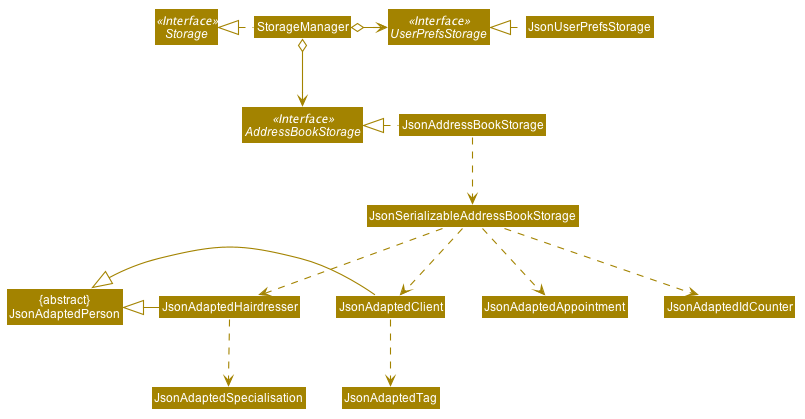
The PlantUML diagram docs/images/StorageClassDiagram.png in ya0-yuan/tp, before a commit.
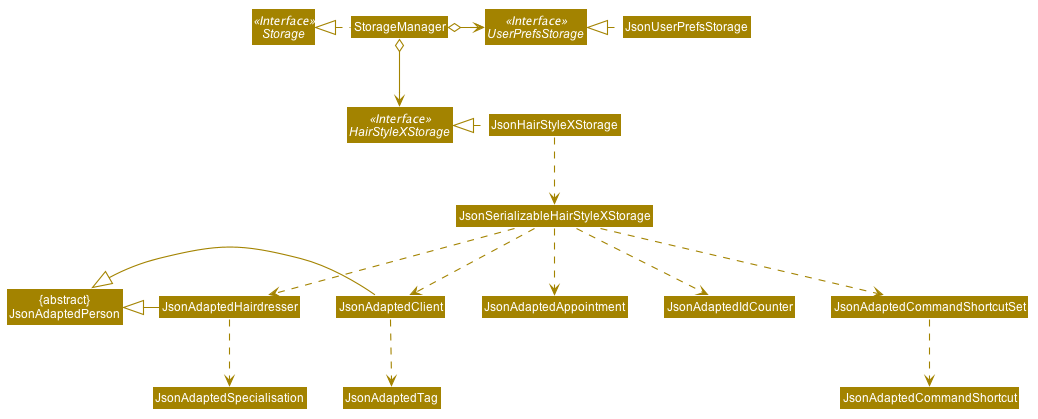
Later version of the same file.

The edit, as a diff of the source:
```diff
@@ -53,26 +53,28 @@
 
 Interface Storage <<Interface>>
 Interface UserPrefsStorage <<Interface>>
-Interface AddressBookStorage <<Interface>>
+Interface HairStyleXStorage <<Interface>>
 
 Class StorageManager
 Class JsonUserPrefsStorage
-Class JsonAddressBookStorage
+Class JsonHairStyleXStorage
 Class "{abstract}\nJsonAdaptedPerson" as JsonAdaptedPerson
 
 StorageManager .left.|> Storage
 StorageManager o-right-> UserPrefsStorage
-StorageManager o--> AddressBookStorage
+StorageManager o--> HairStyleXStorage
 
 JsonUserPrefsStorage .left.|> UserPrefsStorage
-JsonAddressBookStorage .left.|> AddressBookStorage
-JsonAddressBookStorage .down.> JsonSerializableAddressBookStorage
-JsonSerializableAddressBookStorage ..> JsonAdaptedHairdresser
-JsonSerializableAddressBookStorage ..> JsonAdaptedClient
-JsonSerializableAddressBookStorage ..> JsonAdaptedAppointment
-JsonSerializableAddressBookStorage ..> JsonAdaptedIdCounter
+JsonHairStyleXStorage .left.|> HairStyleXStorage
+JsonHairStyleXStorage .down.> JsonSerializableHairStyleXStorage
+JsonSerializableHairStyleXStorage ..> JsonAdaptedHairdresser
+JsonSerializableHairStyleXStorage ..> JsonAdaptedClient
+JsonSerializableHairStyleXStorage ..> JsonAdaptedAppointment
+JsonSerializableHairStyleXStorage ..> JsonAdaptedIdCounter
+JsonSerializableHairStyleXStorage ..> JsonAdaptedCommandShortcutSet
 JsonAdaptedClient ..> JsonAdaptedTag
 JsonAdaptedHairdresser ..> JsonAdaptedSpecialisation
+JsonAdaptedCommandShortcutSet ..> JsonAdaptedCommandShortcut
 JsonAdaptedHairdresser -right[hidden]- JsonAdaptedClient
 JsonAdaptedHairdresser -left|> JsonAdaptedPerson
 JsonAdaptedClient -left|> JsonAdaptedPerson
```
